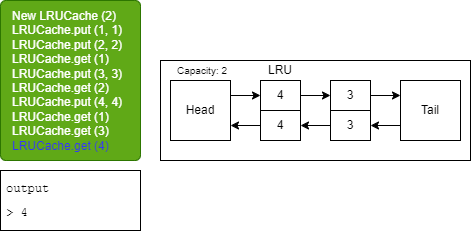
bert799/CodingInterviews keeps this draw.io diagram as Final_Interview/slides/Slide11.png. Above is the earlier version. Source tidied: cells renumbered, new cells last; positions are measured from the earlier drawing's top-left corner, leaving out a move shared by most shapes.
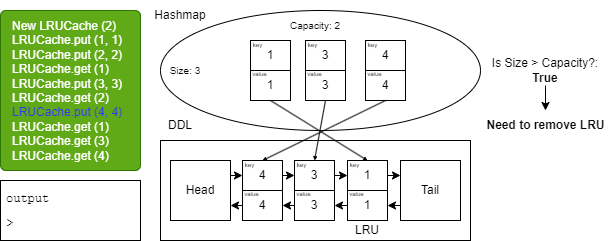
The same file after the commit.

What changed in the source:
```diff
@@ -2,56 +2,170 @@
   <root>
     <mxCell id="0" />
     <mxCell id="1" parent="0" />
-    <mxCell id="2" value="&lt;span style=&quot;&quot;&gt;&#9;&lt;/span&gt;New LRUCache (2)&lt;br&gt;&lt;span style=&quot;&quot;&gt;&#9;&lt;/span&gt;LRUCache.put (1, 1)&lt;br&gt;&lt;span style=&quot;&quot;&gt;&#9;&lt;/span&gt;LRUCache.put (2, 2)&lt;br&gt;LRUCache.get (1)&lt;br&gt;LRUCache.put (3, 3)&lt;br&gt;LRUCache.get (2)&lt;br&gt;LRUCache.put (4, 4)&lt;br&gt;LRUCache.get (1)&lt;br&gt;LRUCache.get (3)&lt;br&gt;&lt;font color=&quot;#3333ff&quot;&gt;LRUCache.get (4)&lt;/font&gt;" style="rounded=1;whiteSpace=wrap;html=1;fillColor=#60a917;verticalAlign=top;align=left;arcSize=4;spacingTop=2;spacingLeft=10;spacingBottom=2;fontColor=#ffffff;strokeColor=#2D7600;" parent="1" vertex="1">
+    <mxCell id="2" value="&lt;span style=&quot;&quot;&gt;&#9;&lt;/span&gt;New LRUCache (2)&lt;br&gt;&lt;span style=&quot;&quot;&gt;&#9;&lt;/span&gt;LRUCache.put (1, 1)&lt;br&gt;&lt;span style=&quot;&quot;&gt;&#9;&lt;/span&gt;LRUCache.put (2, 2)&lt;br&gt;LRUCache.get (1)&lt;br&gt;LRUCache.put (3, 3)&lt;br&gt;LRUCache.get (2)&lt;br&gt;&lt;font color=&quot;#3333ff&quot;&gt;LRUCache.put (4, 4)&lt;br&gt;&lt;/font&gt;LRUCache.get (1)&lt;br&gt;LRUCache.get (3)&lt;br&gt;LRUCache.get (4)" style="rounded=1;whiteSpace=wrap;html=1;fillColor=#60a917;verticalAlign=top;align=left;arcSize=4;spacingTop=2;spacingLeft=10;spacingBottom=2;fontColor=#ffffff;strokeColor=#2D7600;" parent="1" vertex="1">
       <mxGeometry width="140" height="160" as="geometry" />
     </mxCell>
-    <mxCell id="3" value="&lt;pre style=&quot;line-height: 0%;&quot;&gt;&lt;font color=&quot;#000000&quot;&gt;output&lt;/font&gt;&lt;/pre&gt;&lt;pre style=&quot;text-align: center; line-height: 0%;&quot;&gt;&lt;font color=&quot;#000000&quot;&gt;&lt;br&gt;&lt;/font&gt;&lt;/pre&gt;&lt;pre style=&quot;text-align: justify; line-height: 0%;&quot;&gt;&lt;font color=&quot;#000000&quot;&gt;&amp;gt; 4&lt;/font&gt;&lt;/pre&gt;" style="rounded=0;whiteSpace=wrap;html=1;verticalAlign=top;align=left;spacingLeft=4;fillColor=none;strokeColor=#000000;" parent="1" vertex="1">
+    <mxCell id="3" value="&lt;pre style=&quot;line-height: 0%;&quot;&gt;&lt;font color=&quot;#000000&quot;&gt;output&lt;/font&gt;&lt;/pre&gt;&lt;pre style=&quot;text-align: center; line-height: 0%;&quot;&gt;&lt;font color=&quot;#000000&quot;&gt;&lt;br&gt;&lt;/font&gt;&lt;/pre&gt;&lt;pre style=&quot;text-align: justify; line-height: 0%;&quot;&gt;&lt;font color=&quot;#000000&quot;&gt;&amp;gt; &lt;/font&gt;&lt;/pre&gt;" style="rounded=0;whiteSpace=wrap;html=1;verticalAlign=top;align=left;spacingLeft=4;fillColor=none;strokeColor=#000000;" parent="1" vertex="1">
       <mxGeometry y="170" width="140" height="60" as="geometry" />
     </mxCell>
-    <mxCell id="4" style="rounded=0;whiteSpace=wrap;html=1;fontSize=12;fillColor=none;strokeColor=#000000;" parent="1" vertex="1">
-      <mxGeometry x="160" y="60" width="310" height="100" as="geometry" />
-    </mxCell>
+    <mxCell id="19" style="rounded=0;whiteSpace=wrap;html=1;fontSize=12;fillColor=none;strokeColor=#000000;" parent="1" vertex="1">
+      <mxGeometry x="160" y="130" width="310" height="100" as="geometry" />
+    </mxCell>
+    <mxCell id="20" style="edgeStyle=none;html=1;exitX=1;exitY=0.25;exitDx=0;exitDy=0;fontSize=10;fontColor=#FFFFFF;strokeColor=#000000;entryX=0;entryY=0.5;entryDx=0;entryDy=0;" parent="1" edge="1" source="8" target="53">
+      <mxGeometry relative="1" as="geometry" />
+    </mxCell>
+    <mxCell id="8" value="&lt;font color=&quot;#000000&quot;&gt;Head&lt;/font&gt;" style="whiteSpace=wrap;html=1;rounded=0;strokeColor=#000000;fontSize=12;fillColor=none;" parent="1" vertex="1">
+      <mxGeometry x="170" y="150" width="60" height="60" as="geometry" />
+    </mxCell>
+    <mxCell id="21" style="edgeStyle=none;html=1;exitX=0;exitY=0.75;exitDx=0;exitDy=0;entryX=1;entryY=0.5;entryDx=0;entryDy=0;strokeColor=#000000;fontSize=10;fontColor=#FFFFFF;" parent="1" edge="1" source="10" target="29">
+      <mxGeometry relative="1" as="geometry" />
+    </mxCell>
+    <mxCell id="10" value="&lt;font color=&quot;#000000&quot;&gt;Tail&lt;/font&gt;" style="whiteSpace=wrap;html=1;rounded=0;strokeColor=#000000;fontSize=12;fillColor=none;" parent="1" vertex="1">
+      <mxGeometry x="400" y="150" width="60" height="60" as="geometry" />
+    </mxCell>
+    <mxCell id="22" style="edgeStyle=none;html=1;exitX=1;exitY=0.5;exitDx=0;exitDy=0;entryX=0;entryY=0.25;entryDx=0;entryDy=0;strokeColor=#000000;fontSize=10;fontColor=#FFFFFF;" parent="1" edge="1" source="28" target="10">
+      <mxGeometry relative="1" as="geometry" />
+    </mxCell>
+    <mxCell id="23" style="edgeStyle=none;html=1;exitX=0;exitY=0.5;exitDx=0;exitDy=0;strokeColor=#000000;fontSize=10;fontColor=#FFFFFF;entryX=1;entryY=0.5;entryDx=0;entryDy=0;" parent="1" edge="1" source="29" target="40">
+      <mxGeometry relative="1" as="geometry" />
+    </mxCell>
     <mxCell id="5" value="&lt;font style=&quot;font-size: 10px;&quot;&gt;Capacity: 2&lt;/font&gt;" style="text;html=1;strokeColor=none;fillColor=none;align=center;verticalAlign=middle;whiteSpace=wrap;rounded=0;fontColor=#000000;" parent="1" vertex="1">
-      <mxGeometry x="167" y="55" width="70" height="30" as="geometry" />
+      <mxGeometry x="280" width="70" height="30" as="geometry" />
     </mxCell>
+    <mxCell id="24" style="ellipse;whiteSpace=wrap;html=1;fillColor=none;strokeColor=#000000;" parent="1" vertex="1">
+      <mxGeometry x="160" width="320" height="120" as="geometry" />
+    </mxCell>
+    <mxCell id="25" value="&lt;font color=&quot;#000000&quot;&gt;Hashmap&lt;/font&gt;" style="text;html=1;strokeColor=none;fillColor=none;align=center;verticalAlign=middle;whiteSpace=wrap;rounded=0;" parent="1" vertex="1">
+      <mxGeometry x="150" y="-10" width="60" height="30" as="geometry" />
+    </mxCell>
+    <mxCell id="26" value="&lt;font color=&quot;#000000&quot;&gt;DDL&lt;/font&gt;" style="text;html=1;strokeColor=none;fillColor=none;align=center;verticalAlign=middle;whiteSpace=wrap;rounded=0;" parent="1" vertex="1">
+      <mxGeometry x="150" y="100" width="60" height="30" as="geometry" />
+    </mxCell>
+    <mxCell id="27" style="group;" parent="1" vertex="1">
+      <mxGeometry x="342" y="148" width="45" height="62" as="geometry" />
+    </mxCell>
+    <mxCell id="28" value="1" style="rounded=0;whiteSpace=wrap;html=1;strokeColor=#000000;fontSize=12;fontColor=#000000;fillColor=none;" parent="27" vertex="1">
+      <mxGeometry x="5" y="2" width="40" height="30" as="geometry" />
+    </mxCell>
+    <mxCell id="29" value="1" style="rounded=0;whiteSpace=wrap;html=1;strokeColor=#000000;fontSize=12;fontColor=#000000;fillColor=none;" parent="27" vertex="1">
+      <mxGeometry x="5" y="32" width="40" height="30" as="geometry" />
+    </mxCell>
+    <mxCell id="30" value="&lt;font style=&quot;font-size: 6px;&quot; color=&quot;#000000&quot;&gt;key&lt;/font&gt;" style="text;html=1;strokeColor=none;fillColor=none;align=center;verticalAlign=middle;whiteSpace=wrap;rounded=0;" parent="27" vertex="1">
+      <mxGeometry width="25" height="10" as="geometry" />
+    </mxCell>
+    <mxCell id="31" value="&lt;font style=&quot;font-size: 6px;&quot; color=&quot;#000000&quot;&gt;value&lt;/font&gt;" style="text;html=1;strokeColor=none;fillColor=none;align=center;verticalAlign=middle;whiteSpace=wrap;rounded=0;" parent="27" vertex="1">
+      <mxGeometry x="2" y="29" width="25" height="10" as="geometry" />
+    </mxCell>
+    <mxCell id="32" style="edgeStyle=none;html=1;exitX=0.5;exitY=1;exitDx=0;exitDy=0;fontSize=6;fillColor=#d80073;strokeColor=#000000;endSize=2;startSize=2;jumpSize=6;strokeWidth=1;entryX=0.5;entryY=0;entryDx=0;entryDy=0;" parent="1" edge="1" source="35" target="28">
+      <mxGeometry relative="1" as="geometry" />
+    </mxCell>
+    <mxCell id="33" style="group;" parent="1" vertex="1">
+      <mxGeometry x="245" y="28" width="45" height="62" as="geometry" />
+    </mxCell>
+    <mxCell id="34" value="1" style="rounded=0;whiteSpace=wrap;html=1;strokeColor=#000000;fontSize=12;fontColor=#000000;fillColor=none;" parent="33" vertex="1">
+      <mxGeometry x="5" y="2" width="40" height="30" as="geometry" />
+    </mxCell>
+    <mxCell id="35" value="1" style="rounded=0;whiteSpace=wrap;html=1;strokeColor=#000000;fontSize=12;fontColor=#000000;fillColor=none;" parent="33" vertex="1">
+      <mxGeometry x="5" y="32" width="40" height="30" as="geometry" />
+    </mxCell>
+    <mxCell id="36" value="&lt;font style=&quot;font-size: 6px;&quot; color=&quot;#000000&quot;&gt;key&lt;/font&gt;" style="text;html=1;strokeColor=none;fillColor=none;align=center;verticalAlign=middle;whiteSpace=wrap;rounded=0;" parent="33" vertex="1">
+      <mxGeometry width="25" height="10" as="geometry" />
+    </mxCell>
+    <mxCell id="37" value="&lt;font style=&quot;font-size: 6px;&quot; color=&quot;#000000&quot;&gt;value&lt;/font&gt;" style="text;html=1;strokeColor=none;fillColor=none;align=center;verticalAlign=middle;whiteSpace=wrap;rounded=0;" parent="33" vertex="1">
+      <mxGeometry x="2" y="29" width="25" height="10" as="geometry" />
+    </mxCell>
     <mxCell id="6" value="LRU" style="text;html=1;strokeColor=none;fillColor=none;align=center;verticalAlign=middle;whiteSpace=wrap;rounded=0;fontSize=12;fontColor=#000000;" parent="1" vertex="1">
-      <mxGeometry x="255" y="60" width="50" height="20" as="geometry" />
+      <mxGeometry x="342" y="210" width="50" height="20" as="geometry" />
     </mxCell>
-    <mxCell id="7" style="edgeStyle=none;html=1;exitX=1;exitY=0.25;exitDx=0;exitDy=0;entryX=0;entryY=0.5;entryDx=0;entryDy=0;fontSize=12;fontColor=#000000;strokeColor=#000000;" parent="1" edge="1" source="8" target="12">
-      <mxGeometry relative="1" as="geometry" />
-    </mxCell>
-    <mxCell id="8" value="&lt;font color=&quot;#000000&quot;&gt;Head&lt;/font&gt;" style="whiteSpace=wrap;html=1;rounded=0;strokeColor=#000000;fontSize=12;fillColor=none;" parent="1" vertex="1">
-      <mxGeometry x="170" y="80" width="60" height="60" as="geometry" />
-    </mxCell>
-    <mxCell id="9" style="edgeStyle=none;html=1;exitX=0;exitY=0.75;exitDx=0;exitDy=0;entryX=1;entryY=0.5;entryDx=0;entryDy=0;strokeColor=#000000;fontSize=12;fontColor=#000000;" parent="1" edge="1" source="10" target="18">
-      <mxGeometry relative="1" as="geometry" />
-    </mxCell>
-    <mxCell id="10" value="&lt;font color=&quot;#000000&quot;&gt;Tail&lt;/font&gt;" style="whiteSpace=wrap;html=1;rounded=0;strokeColor=#000000;fontSize=12;fillColor=none;" parent="1" vertex="1">
-      <mxGeometry x="400" y="80" width="60" height="60" as="geometry" />
-    </mxCell>
-    <mxCell id="11" style="edgeStyle=none;html=1;exitX=1;exitY=0.5;exitDx=0;exitDy=0;entryX=0;entryY=0.5;entryDx=0;entryDy=0;strokeColor=#000000;fontSize=12;fontColor=#000000;" parent="1" edge="1" source="12" target="14">
-      <mxGeometry relative="1" as="geometry" />
-    </mxCell>
-    <mxCell id="12" value="4" style="rounded=0;whiteSpace=wrap;html=1;strokeColor=#000000;fontSize=12;fontColor=#000000;fillColor=none;" parent="1" vertex="1">
-      <mxGeometry x="260" y="80" width="40" height="30" as="geometry" />
-    </mxCell>
-    <mxCell id="13" style="edgeStyle=none;html=1;exitX=1;exitY=0.5;exitDx=0;exitDy=0;entryX=0;entryY=0.25;entryDx=0;entryDy=0;strokeColor=#000000;fontSize=12;fontColor=#000000;" parent="1" edge="1" source="14" target="10">
-      <mxGeometry relative="1" as="geometry" />
-    </mxCell>
-    <mxCell id="14" value="3" style="rounded=0;whiteSpace=wrap;html=1;strokeColor=#000000;fontSize=12;fontColor=#000000;fillColor=none;" parent="1" vertex="1">
-      <mxGeometry x="330" y="80" width="40" height="30" as="geometry" />
-    </mxCell>
-    <mxCell id="15" style="edgeStyle=none;html=1;exitX=0;exitY=0.5;exitDx=0;exitDy=0;entryX=1;entryY=0.75;entryDx=0;entryDy=0;strokeColor=#000000;fontSize=12;fontColor=#000000;" parent="1" edge="1" source="16" target="8">
-      <mxGeometry relative="1" as="geometry" />
-    </mxCell>
-    <mxCell id="16" value="4" style="rounded=0;whiteSpace=wrap;html=1;strokeColor=#000000;fontSize=12;fontColor=#000000;fillColor=none;" parent="1" vertex="1">
-      <mxGeometry x="260" y="110" width="40" height="30" as="geometry" />
-    </mxCell>
-    <mxCell id="17" style="edgeStyle=none;html=1;exitX=0;exitY=0.5;exitDx=0;exitDy=0;strokeColor=#000000;fontSize=12;fontColor=#000000;" parent="1" edge="1" source="18" target="16">
-      <mxGeometry relative="1" as="geometry" />
-    </mxCell>
-    <mxCell id="18" value="3" style="rounded=0;whiteSpace=wrap;html=1;strokeColor=#000000;fontSize=12;fontColor=#000000;fillColor=none;" parent="1" vertex="1">
-      <mxGeometry x="330" y="110" width="40" height="30" as="geometry" />
-    </mxCell>
+    <mxCell id="38" style="group;" parent="1" vertex="1">
+      <mxGeometry x="289" y="148" width="45" height="62" as="geometry" />
+    </mxCell>
+    <mxCell id="39" value="3" style="rounded=0;whiteSpace=wrap;html=1;strokeColor=#000000;fontSize=12;fontColor=#000000;fillColor=none;" parent="38" vertex="1">
+      <mxGeometry x="5" y="2" width="40" height="30" as="geometry" />
+    </mxCell>
+    <mxCell id="40" value="3" style="rounded=0;whiteSpace=wrap;html=1;strokeColor=#000000;fontSize=12;fontColor=#000000;fillColor=none;" parent="38" vertex="1">
+      <mxGeometry x="5" y="32" width="40" height="30" as="geometry" />
+    </mxCell>
+    <mxCell id="41" value="&lt;font style=&quot;font-size: 6px;&quot; color=&quot;#000000&quot;&gt;key&lt;/font&gt;" style="text;html=1;strokeColor=none;fillColor=none;align=center;verticalAlign=middle;whiteSpace=wrap;rounded=0;" parent="38" vertex="1">
+      <mxGeometry width="25" height="10" as="geometry" />
+    </mxCell>
+    <mxCell id="42" value="&lt;font style=&quot;font-size: 6px;&quot; color=&quot;#000000&quot;&gt;value&lt;/font&gt;" style="text;html=1;strokeColor=none;fillColor=none;align=center;verticalAlign=middle;whiteSpace=wrap;rounded=0;" parent="38" vertex="1">
+      <mxGeometry x="2" y="29" width="25" height="10" as="geometry" />
+    </mxCell>
+    <mxCell id="43" style="edgeStyle=none;html=1;exitX=1;exitY=0.5;exitDx=0;exitDy=0;entryX=0;entryY=0.5;entryDx=0;entryDy=0;strokeColor=#000000;" parent="1" edge="1" source="39" target="28">
+      <mxGeometry relative="1" as="geometry" />
+    </mxCell>
+    <mxCell id="44" style="edgeStyle=none;html=1;exitX=0;exitY=0.5;exitDx=0;exitDy=0;strokeColor=#000000;entryX=1;entryY=0.5;entryDx=0;entryDy=0;" parent="1" edge="1" source="40" target="54">
+      <mxGeometry relative="1" as="geometry" />
+    </mxCell>
+    <mxCell id="45" style="group;" parent="1" vertex="1">
+      <mxGeometry x="300" y="28" width="45" height="62" as="geometry" />
+    </mxCell>
+    <mxCell id="46" value="3" style="rounded=0;whiteSpace=wrap;html=1;strokeColor=#000000;fontSize=12;fontColor=#000000;fillColor=none;" parent="45" vertex="1">
+      <mxGeometry x="5" y="2" width="40" height="30" as="geometry" />
+    </mxCell>
+    <mxCell id="47" value="3" style="rounded=0;whiteSpace=wrap;html=1;strokeColor=#000000;fontSize=12;fontColor=#000000;fillColor=none;" parent="45" vertex="1">
+      <mxGeometry x="5" y="32" width="40" height="30" as="geometry" />
+    </mxCell>
+    <mxCell id="48" value="&lt;font style=&quot;font-size: 6px;&quot; color=&quot;#000000&quot;&gt;key&lt;/font&gt;" style="text;html=1;strokeColor=none;fillColor=none;align=center;verticalAlign=middle;whiteSpace=wrap;rounded=0;" parent="45" vertex="1">
+      <mxGeometry width="25" height="10" as="geometry" />
+    </mxCell>
+    <mxCell id="49" value="&lt;font style=&quot;font-size: 6px;&quot; color=&quot;#000000&quot;&gt;value&lt;/font&gt;" style="text;html=1;strokeColor=none;fillColor=none;align=center;verticalAlign=middle;whiteSpace=wrap;rounded=0;" parent="45" vertex="1">
+      <mxGeometry x="2" y="29" width="25" height="10" as="geometry" />
+    </mxCell>
+    <mxCell id="50" style="edgeStyle=none;html=1;exitX=0.5;exitY=1;exitDx=0;exitDy=0;strokeColor=#000000;endSize=2;startSize=2;entryX=0.5;entryY=0;entryDx=0;entryDy=0;" parent="1" edge="1" source="47" target="39">
+      <mxGeometry relative="1" as="geometry" />
+    </mxCell>
+    <mxCell id="51" value="&lt;font style=&quot;font-size: 10px;&quot;&gt;Size: 3&lt;br&gt;&lt;/font&gt;" style="text;html=1;strokeColor=none;fillColor=none;align=center;verticalAlign=middle;whiteSpace=wrap;rounded=0;fontColor=#000000;" parent="1" vertex="1">
+      <mxGeometry x="150" y="45" width="70" height="30" as="geometry" />
+    </mxCell>
+    <mxCell id="52" style="group;" parent="1" vertex="1">
+      <mxGeometry x="237" y="148" width="45" height="62" as="geometry" />
+    </mxCell>
+    <mxCell id="53" value="4" style="rounded=0;whiteSpace=wrap;html=1;strokeColor=#000000;fontSize=12;fontColor=#000000;fillColor=none;" parent="52" vertex="1">
+      <mxGeometry x="5" y="2" width="40" height="30" as="geometry" />
+    </mxCell>
+    <mxCell id="54" value="4" style="rounded=0;whiteSpace=wrap;html=1;strokeColor=#000000;fontSize=12;fontColor=#000000;fillColor=none;" parent="52" vertex="1">
+      <mxGeometry x="5" y="32" width="40" height="30" as="geometry" />
+    </mxCell>
+    <mxCell id="55" value="&lt;font style=&quot;font-size: 6px;&quot; color=&quot;#000000&quot;&gt;key&lt;/font&gt;" style="text;html=1;strokeColor=none;fillColor=none;align=center;verticalAlign=middle;whiteSpace=wrap;rounded=0;" parent="52" vertex="1">
+      <mxGeometry width="25" height="10" as="geometry" />
+    </mxCell>
+    <mxCell id="56" value="&lt;font style=&quot;font-size: 6px;&quot; color=&quot;#000000&quot;&gt;value&lt;/font&gt;" style="text;html=1;strokeColor=none;fillColor=none;align=center;verticalAlign=middle;whiteSpace=wrap;rounded=0;" parent="52" vertex="1">
+      <mxGeometry x="2" y="29" width="25" height="10" as="geometry" />
+    </mxCell>
+    <mxCell id="57" style="edgeStyle=none;html=1;exitX=1;exitY=0.5;exitDx=0;exitDy=0;entryX=0;entryY=0.5;entryDx=0;entryDy=0;strokeColor=#000000;fontColor=#3333FF;" parent="1" edge="1" source="53" target="39">
+      <mxGeometry relative="1" as="geometry" />
+    </mxCell>
+    <mxCell id="58" style="edgeStyle=none;html=1;exitX=0;exitY=0.5;exitDx=0;exitDy=0;entryX=1;entryY=0.75;entryDx=0;entryDy=0;strokeColor=#000000;fontColor=#3333FF;" parent="1" edge="1" source="54" target="8">
+      <mxGeometry relative="1" as="geometry" />
+    </mxCell>
+    <mxCell id="59" style="group;" parent="1" vertex="1">
+      <mxGeometry x="360" y="28" width="45" height="62" as="geometry" />
+    </mxCell>
+    <mxCell id="60" value="4" style="rounded=0;whiteSpace=wrap;html=1;strokeColor=#000000;fontSize=12;fontColor=#000000;fillColor=none;" parent="59" vertex="1">
+      <mxGeometry x="5" y="2" width="40" height="30" as="geometry" />
+    </mxCell>
+    <mxCell id="61" value="4" style="rounded=0;whiteSpace=wrap;html=1;strokeColor=#000000;fontSize=12;fontColor=#000000;fillColor=none;" parent="59" vertex="1">
+      <mxGeometry x="5" y="32" width="40" height="30" as="geometry" />
+    </mxCell>
+    <mxCell id="62" value="&lt;font style=&quot;font-size: 6px;&quot; color=&quot;#000000&quot;&gt;key&lt;/font&gt;" style="text;html=1;strokeColor=none;fillColor=none;align=center;verticalAlign=middle;whiteSpace=wrap;rounded=0;" parent="59" vertex="1">
+      <mxGeometry width="25" height="10" as="geometry" />
+    </mxCell>
+    <mxCell id="63" value="&lt;font style=&quot;font-size: 6px;&quot; color=&quot;#000000&quot;&gt;value&lt;/font&gt;" style="text;html=1;strokeColor=none;fillColor=none;align=center;verticalAlign=middle;whiteSpace=wrap;rounded=0;" parent="59" vertex="1">
+      <mxGeometry x="2" y="29" width="25" height="10" as="geometry" />
+    </mxCell>
+    <mxCell id="64" style="edgeStyle=none;html=1;exitX=0.5;exitY=1;exitDx=0;exitDy=0;entryX=0.5;entryY=0;entryDx=0;entryDy=0;strokeColor=#000000;fontColor=#3333FF;startSize=2;endSize=2;" parent="1" edge="1" source="61" target="53">
+      <mxGeometry relative="1" as="geometry" />
+    </mxCell>
+    <mxCell id="65" style="edgeStyle=none;html=1;exitX=0.5;exitY=1;exitDx=0;exitDy=0;entryX=0.5;entryY=0;entryDx=0;entryDy=0;fontColor=#000000;strokeColor=#000000;" parent="1" edge="1" source="66" target="67">
+      <mxGeometry relative="1" as="geometry" />
+    </mxCell>
+    <mxCell id="66" value="Is Size &amp;gt; Capacity?:&lt;br&gt;&lt;b&gt;True&lt;/b&gt;" style="text;html=1;strokeColor=none;fillColor=none;align=center;verticalAlign=middle;whiteSpace=wrap;rounded=0;fontColor=#000000;" parent="1" vertex="1">
+      <mxGeometry x="490" y="45" width="110" height="30" as="geometry" />
+    </mxCell>
+    <mxCell id="67" value="&lt;b&gt;Need to remove LRU&lt;/b&gt;" style="text;html=1;strokeColor=none;fillColor=none;align=center;verticalAlign=middle;whiteSpace=wrap;rounded=0;fontColor=#000000;" parent="1" vertex="1">
+      <mxGeometry x="477.5" y="100" width="135" height="30" as="geometry" />
+    </mxCell>
   </root>
 </mxGraphModel>
```
